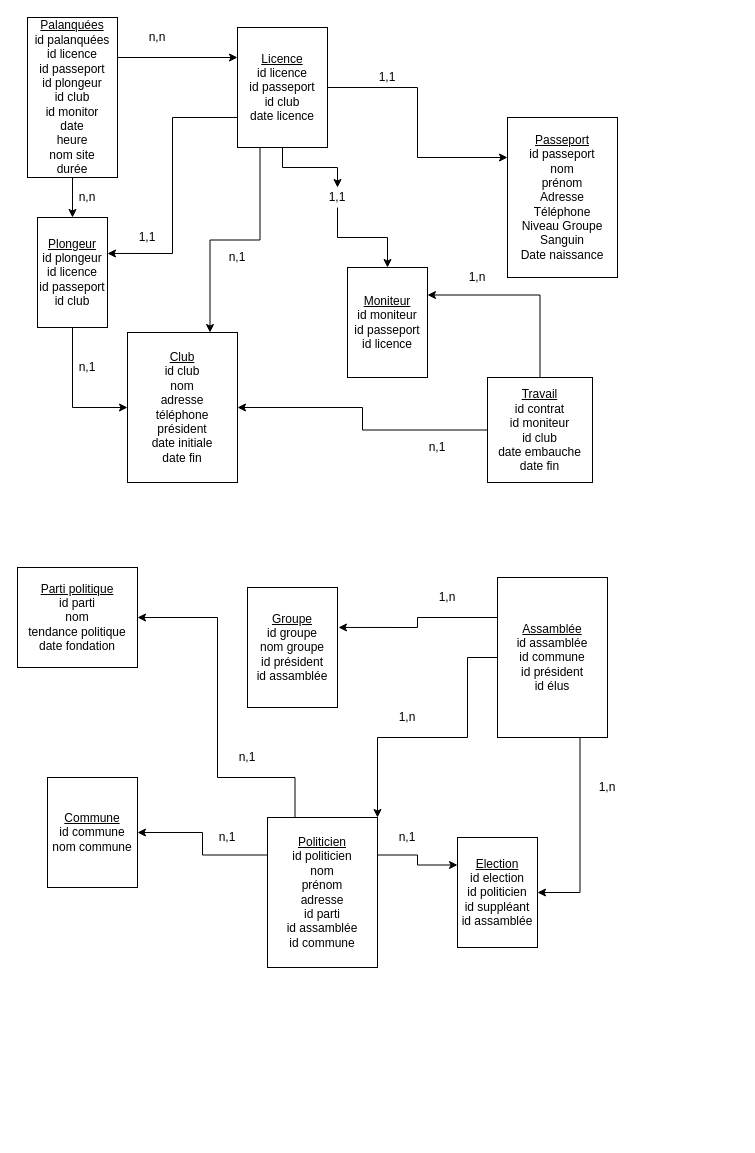
Before: Untitled Diagram.drawio in gerrillari/shifumi, a draw.io diagram. Source tidied: cells renumbered, new cells numbered last; positions are measured from the earlier drawing's top-left corner, leaving out a move shared by most shapes. Both pictures are drawn from the tidied source at 100%, with x=0, y=0 at pixel (17, 17).
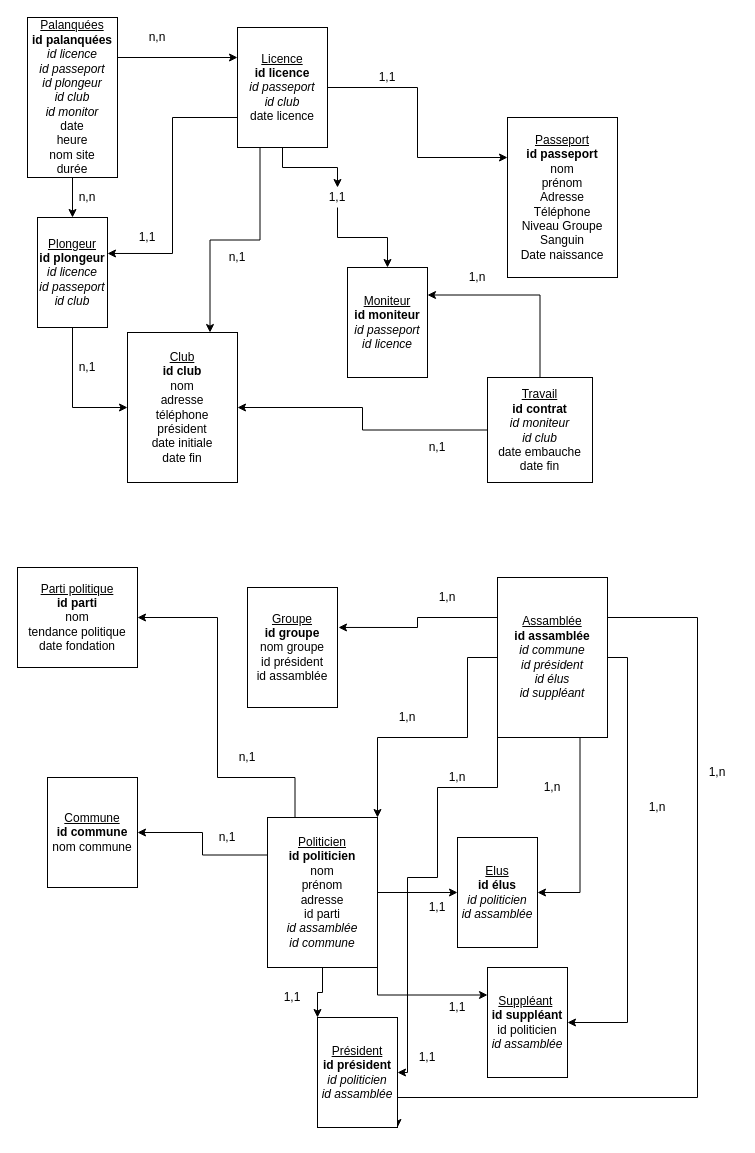
After the change.

Diff of the diagram source:
```diff
@@
-    <mxCell id="6" value="&lt;u&gt;Licence&lt;br&gt;&lt;/u&gt;id licence&lt;br&gt;id passeport&lt;br&gt;id club&lt;br&gt;date licence" style="rounded=0;whiteSpace=wrap;html=1;" parent="1" vertex="1">
+    <mxCell id="6" value="&lt;u&gt;Licence&lt;br&gt;&lt;/u&gt;&lt;b&gt;id licence&lt;br&gt;&lt;/b&gt;&lt;i&gt;id passeport&lt;br&gt;id club&lt;br&gt;&lt;/i&gt;date licence" style="rounded=0;whiteSpace=wrap;html=1;" parent="1" vertex="1">
       <mxGeometry x="220" y="10" width="90" height="120" as="geometry" />
     </mxCell>
-    <mxCell id="7" value="&lt;u&gt;Passeport&lt;br&gt;&lt;/u&gt;id passeport&lt;br&gt;nom&lt;br&gt;prénom&lt;br&gt;Adresse&lt;br&gt;Téléphone&lt;br&gt;Niveau Groupe&lt;br&gt;Sanguin&lt;br&gt;Date naissance" style="rounded=0;whiteSpace=wrap;html=1;" parent="1" vertex="1">
+    <mxCell id="7" value="&lt;u&gt;Passeport&lt;br&gt;&lt;/u&gt;&lt;b&gt;id passeport&lt;br&gt;&lt;/b&gt;nom&lt;br&gt;prénom&lt;br&gt;Adresse&lt;br&gt;Téléphone&lt;br&gt;Niveau Groupe&lt;br&gt;Sanguin&lt;br&gt;Date naissance" style="rounded=0;whiteSpace=wrap;html=1;" parent="1" vertex="1">
       <mxGeometry x="490" y="100" width="110" height="160" as="geometry" />
     </mxCell>
-    <mxCell id="8" value="&lt;u&gt;Club&lt;/u&gt;&lt;br&gt;id club&lt;br&gt;nom&lt;br&gt;adresse&lt;br&gt;téléphone&lt;br&gt;président&lt;br&gt;date initiale&lt;br&gt;date fin" style="rounded=0;whiteSpace=wrap;html=1;" parent="1" vertex="1">
+    <mxCell id="8" value="&lt;u&gt;Club&lt;/u&gt;&lt;br&gt;&lt;b&gt;id club&lt;br&gt;&lt;/b&gt;nom&lt;br&gt;adresse&lt;br&gt;téléphone&lt;br&gt;président&lt;br&gt;date initiale&lt;br&gt;date fin" style="rounded=0;whiteSpace=wrap;html=1;" parent="1" vertex="1">
       <mxGeometry x="110" y="315" width="110" height="150" as="geometry" />
     </mxCell>
-    <mxCell id="9" value="&lt;u&gt;Moniteur&lt;/u&gt;&lt;br&gt;id moniteur&lt;br&gt;id passeport&lt;br&gt;id licence" style="rounded=0;whiteSpace=wrap;html=1;" parent="1" vertex="1">
+    <mxCell id="9" value="&lt;u&gt;Moniteur&lt;/u&gt;&lt;br&gt;&lt;b&gt;id moniteur&lt;br&gt;&lt;/b&gt;&lt;i&gt;id passeport&lt;br&gt;id licence&lt;/i&gt;" style="rounded=0;whiteSpace=wrap;html=1;" parent="1" vertex="1">
       <mxGeometry x="330" y="250" width="80" height="110" as="geometry" />
     </mxCell>
@@
-    <mxCell id="11" value="&lt;u&gt;Plongeur&lt;/u&gt;&lt;br&gt;id plongeur&lt;br&gt;id licence&lt;br&gt;id passeport&lt;br&gt;id club" style="rounded=0;whiteSpace=wrap;html=1;" parent="1" vertex="1">
+    <mxCell id="11" value="&lt;u&gt;Plongeur&lt;/u&gt;&lt;br&gt;&lt;b&gt;id plongeur&lt;br&gt;&lt;/b&gt;&lt;i&gt;id licence&lt;br&gt;id passeport&lt;br&gt;id club&lt;/i&gt;" style="rounded=0;whiteSpace=wrap;html=1;" parent="1" vertex="1">
       <mxGeometry x="20" y="200" width="70" height="110" as="geometry" />
     </mxCell>
@@
-    <mxCell id="14" value="&lt;u&gt;Palanquées&lt;/u&gt;&lt;br&gt;id palanquées&lt;br&gt;id licence&lt;br&gt;id passeport&lt;br&gt;id plongeur&lt;br&gt;id club&lt;br&gt;id monitor&lt;br&gt;date&lt;br&gt;heure&lt;br&gt;nom site&lt;br&gt;durée&lt;br&gt;" style="rounded=0;whiteSpace=wrap;html=1;" parent="1" vertex="1">
+    <mxCell id="14" value="&lt;u&gt;Palanquées&lt;/u&gt;&lt;br&gt;&lt;b&gt;id palanquées&lt;br&gt;&lt;/b&gt;&lt;i&gt;id licence&lt;br&gt;id passeport&lt;br&gt;id plongeur&lt;br&gt;id club&lt;br&gt;id monitor&lt;br&gt;&lt;/i&gt;date&lt;br&gt;heure&lt;br&gt;nom site&lt;br&gt;durée" style="rounded=0;whiteSpace=wrap;html=1;" parent="1" vertex="1">
       <mxGeometry x="10" width="90" height="160" as="geometry" />
     </mxCell>
@@
-    <mxCell id="17" value="&lt;u&gt;Travail&lt;/u&gt;&lt;br&gt;id contrat&lt;br&gt;id moniteur&lt;br&gt;id club&lt;br&gt;date embauche&lt;br&gt;date fin" style="whiteSpace=wrap;html=1;" parent="1" vertex="1">
+    <mxCell id="17" value="&lt;u&gt;Travail&lt;/u&gt;&lt;br&gt;&lt;b&gt;id contrat&lt;br&gt;&lt;/b&gt;&lt;i&gt;id moniteur&lt;br&gt;id club&lt;br&gt;&lt;/i&gt;date embauche&lt;br&gt;date fin" style="whiteSpace=wrap;html=1;" parent="1" vertex="1">
       <mxGeometry x="470" y="360" width="105" height="105" as="geometry" />
     </mxCell>
@@
-    <mxCell id="28" value="&lt;u&gt;Groupe&lt;/u&gt;&lt;br&gt;id groupe&lt;br&gt;nom groupe&lt;br&gt;id président&lt;br&gt;id assamblée" style="rounded=0;whiteSpace=wrap;html=1;" parent="1" vertex="1">
+    <mxCell id="28" value="&lt;u&gt;Groupe&lt;/u&gt;&lt;br&gt;&lt;b&gt;id groupe&lt;br&gt;&lt;/b&gt;nom groupe&lt;br&gt;id président&lt;br&gt;id assamblée" style="rounded=0;whiteSpace=wrap;html=1;" parent="1" vertex="1">
       <mxGeometry x="230" y="570" width="90" height="120" as="geometry" />
     </mxCell>
@@
+    <mxCell id="46" style="edgeStyle=orthogonalEdgeStyle;rounded=0;jettySize=auto;html=1;exitX=1;exitY=0.5;exitDx=0;exitDy=0;entryX=1;entryY=0.5;entryDx=0;entryDy=0;" parent="1" edge="1" source="32" target="51">
+      <mxGeometry relative="1" as="geometry" />
+    </mxCell>
+    <mxCell id="47" style="edgeStyle=orthogonalEdgeStyle;rounded=0;jettySize=auto;html=1;exitX=0;exitY=1;exitDx=0;exitDy=0;" parent="1" edge="1" source="32" target="53">
+      <mxGeometry relative="1" as="geometry">
+        <Array as="points">
+          <mxPoint x="480" y="770" />
+          <mxPoint x="420" y="770" />
+          <mxPoint x="420" y="860" />
+          <mxPoint x="390" y="860" />
+          <mxPoint x="390" y="1055" />
+        </Array>
+      </mxGeometry>
+    </mxCell>
+    <mxCell id="48" style="edgeStyle=orthogonalEdgeStyle;rounded=0;jettySize=auto;html=1;exitX=1;exitY=0.25;exitDx=0;exitDy=0;entryX=1;entryY=1;entryDx=0;entryDy=0;" parent="1" edge="1" source="32" target="53">
+      <mxGeometry relative="1" as="geometry">
+        <Array as="points">
+          <mxPoint x="680" y="600" />
+          <mxPoint x="680" y="1080" />
+          <mxPoint x="380" y="1080" />
+        </Array>
+      </mxGeometry>
+    </mxCell>
-    <mxCell id="32" value="&lt;u&gt;Assamblée&lt;/u&gt;&lt;br&gt;id assamblée&lt;br&gt;id commune&lt;br&gt;id président&lt;br&gt;id élus" style="rounded=0;whiteSpace=wrap;html=1;" parent="1" vertex="1">
+    <mxCell id="32" value="&lt;u&gt;Assamblée&lt;/u&gt;&lt;br&gt;&lt;b&gt;id assamblée&lt;br&gt;&lt;/b&gt;&lt;i&gt;id commune&lt;br&gt;id président&lt;br&gt;id élus&lt;br&gt;id suppléant&lt;br&gt;&lt;/i&gt;" style="rounded=0;whiteSpace=wrap;html=1;" parent="1" vertex="1">
       <mxGeometry x="480" y="560" width="110" height="160" as="geometry" />
     </mxCell>
@@
+    <mxCell id="49" style="edgeStyle=orthogonalEdgeStyle;rounded=0;jettySize=auto;html=1;exitX=0.5;exitY=1;exitDx=0;exitDy=0;entryX=0;entryY=0;entryDx=0;entryDy=0;" parent="1" edge="1" source="36" target="53">
+      <mxGeometry relative="1" as="geometry" />
+    </mxCell>
+    <mxCell id="50" style="edgeStyle=orthogonalEdgeStyle;rounded=0;jettySize=auto;html=1;exitX=1;exitY=1;exitDx=0;exitDy=0;entryX=0;entryY=0.25;entryDx=0;entryDy=0;" parent="1" edge="1" source="36" target="51">
+      <mxGeometry relative="1" as="geometry" />
+    </mxCell>
-    <mxCell id="35" style="edgeStyle=orthogonalEdgeStyle;rounded=0;jettySize=auto;html=1;exitX=1;exitY=0.25;exitDx=0;exitDy=0;entryX=0;entryY=0.25;entryDx=0;entryDy=0;" parent="1" edge="1" source="36" target="37">
+    <mxCell id="35" style="edgeStyle=orthogonalEdgeStyle;rounded=0;jettySize=auto;html=1;exitX=1;exitY=0.5;exitDx=0;exitDy=0;" parent="1" edge="1" source="36" target="37">
       <mxGeometry relative="1" as="geometry" />
     </mxCell>
-    <mxCell id="36" value="&lt;u&gt;Politicien&lt;/u&gt;&lt;br&gt;id politicien&lt;br&gt;nom&lt;br&gt;prénom&lt;br&gt;adresse&lt;br&gt;id parti&lt;br&gt;id assamblée&lt;br&gt;id commune" style="rounded=0;whiteSpace=wrap;html=1;" parent="1" vertex="1">
+    <mxCell id="36" value="&lt;u&gt;Politicien&lt;/u&gt;&lt;br&gt;&lt;b&gt;id politicien&lt;br&gt;&lt;/b&gt;nom&lt;br&gt;prénom&lt;br&gt;adresse&lt;br&gt;id parti&lt;br&gt;&lt;i&gt;id assamblée&lt;br&gt;id commune&lt;/i&gt;" style="rounded=0;whiteSpace=wrap;html=1;" parent="1" vertex="1">
       <mxGeometry x="250" y="800" width="110" height="150" as="geometry" />
     </mxCell>
-    <mxCell id="37" value="&lt;u&gt;Election&lt;/u&gt;&lt;br&gt;id election&lt;br&gt;id politicien&lt;br&gt;id suppléant&lt;br&gt;id assamblée" style="rounded=0;whiteSpace=wrap;html=1;" parent="1" vertex="1">
+    <mxCell id="37" value="&lt;u&gt;Elus&lt;/u&gt;&lt;br&gt;&lt;b&gt;id élus&lt;br&gt;&lt;/b&gt;&lt;i&gt;id politicien&lt;br&gt;id assamblée&lt;/i&gt;" style="rounded=0;whiteSpace=wrap;html=1;" parent="1" vertex="1">
       <mxGeometry x="440" y="820" width="80" height="110" as="geometry" />
     </mxCell>
-    <mxCell id="38" value="&lt;u&gt;Commune&lt;/u&gt;&lt;br&gt;id commune&lt;br&gt;nom commune" style="rounded=0;whiteSpace=wrap;html=1;" parent="1" vertex="1">
+    <mxCell id="38" value="&lt;u&gt;Commune&lt;/u&gt;&lt;br&gt;&lt;b&gt;id commune&lt;br&gt;&lt;/b&gt;nom commune" style="rounded=0;whiteSpace=wrap;html=1;" parent="1" vertex="1">
       <mxGeometry x="30" y="760" width="90" height="110" as="geometry" />
     </mxCell>
-    <mxCell id="39" value="&lt;u&gt;Parti politique&lt;br&gt;&lt;/u&gt;id parti&lt;br&gt;nom&lt;br&gt;tendance politique&lt;br&gt;date fondation" style="rounded=0;whiteSpace=wrap;html=1;" parent="1" vertex="1">
+    <mxCell id="39" value="&lt;u&gt;Parti politique&lt;br&gt;&lt;/u&gt;&lt;b&gt;id parti&lt;br&gt;&lt;/b&gt;nom&lt;br&gt;tendance politique&lt;br&gt;date fondation" style="rounded=0;whiteSpace=wrap;html=1;" parent="1" vertex="1">
       <mxGeometry y="550" width="120" height="100" as="geometry" />
     </mxCell>
@@
     <mxCell id="42" value="1,n" style="text;html=1;strokeColor=none;fillColor=none;align=center;verticalAlign=middle;whiteSpace=wrap;rounded=0;" parent="1" vertex="1">
-      <mxGeometry x="570" y="760" width="40" height="20" as="geometry" />
+      <mxGeometry x="515" y="760" width="40" height="20" as="geometry" />
     </mxCell>
-    <mxCell id="43" value="n,1" style="text;html=1;strokeColor=none;fillColor=none;align=center;verticalAlign=middle;whiteSpace=wrap;rounded=0;" parent="1" vertex="1">
-      <mxGeometry x="370" y="810" width="40" height="20" as="geometry" />
-    </mxCell>
@@
+    <mxCell id="51" value="&lt;u&gt;Suppléant&lt;/u&gt;&lt;b&gt;&amp;nbsp;&lt;/b&gt;&lt;br&gt;&lt;b&gt;id suppléant&lt;/b&gt;&lt;br&gt;id politicien&lt;br&gt;&lt;i&gt;id assamblée&lt;/i&gt;" style="rounded=0;whiteSpace=wrap;html=1;" parent="1" vertex="1">
+      <mxGeometry x="470" y="950" width="80" height="110" as="geometry" />
+    </mxCell>
+    <mxCell id="52" value="1,n" style="text;html=1;strokeColor=none;fillColor=none;align=center;verticalAlign=middle;whiteSpace=wrap;rounded=0;" parent="1" vertex="1">
+      <mxGeometry x="620" y="780" width="40" height="20" as="geometry" />
+    </mxCell>
+    <mxCell id="53" value="&lt;u&gt;Président&lt;/u&gt;&lt;br&gt;&lt;b&gt;id président&lt;/b&gt;&lt;br&gt;&lt;i&gt;id politicien&lt;br&gt;id assamblée&lt;/i&gt;" style="rounded=0;whiteSpace=wrap;html=1;" parent="1" vertex="1">
+      <mxGeometry x="300" y="1000" width="80" height="110" as="geometry" />
+    </mxCell>
+    <mxCell id="54" value="1,1" style="text;html=1;strokeColor=none;fillColor=none;align=center;verticalAlign=middle;whiteSpace=wrap;rounded=0;" parent="1" vertex="1">
+      <mxGeometry x="390" y="1030" width="40" height="20" as="geometry" />
+    </mxCell>
+    <mxCell id="55" value="1,n" style="text;html=1;strokeColor=none;fillColor=none;align=center;verticalAlign=middle;whiteSpace=wrap;rounded=0;" parent="1" vertex="1">
+      <mxGeometry x="420" y="750" width="40" height="20" as="geometry" />
+    </mxCell>
+    <mxCell id="56" value="1,1" style="text;html=1;strokeColor=none;fillColor=none;align=center;verticalAlign=middle;whiteSpace=wrap;rounded=0;" parent="1" vertex="1">
+      <mxGeometry x="400" y="880" width="40" height="20" as="geometry" />
+    </mxCell>
+    <mxCell id="57" value="1,1" style="text;html=1;strokeColor=none;fillColor=none;align=center;verticalAlign=middle;whiteSpace=wrap;rounded=0;" parent="1" vertex="1">
+      <mxGeometry x="255" y="970" width="40" height="20" as="geometry" />
+    </mxCell>
+    <mxCell id="58" value="1,1" style="text;html=1;strokeColor=none;fillColor=none;align=center;verticalAlign=middle;whiteSpace=wrap;rounded=0;" parent="1" vertex="1">
+      <mxGeometry x="420" y="980" width="40" height="20" as="geometry" />
+    </mxCell>
+    <mxCell id="59" value="1,n" style="text;html=1;strokeColor=none;fillColor=none;align=center;verticalAlign=middle;whiteSpace=wrap;rounded=0;" parent="1" vertex="1">
+      <mxGeometry x="680" y="740" width="40" height="30" as="geometry" />
+    </mxCell>
```
